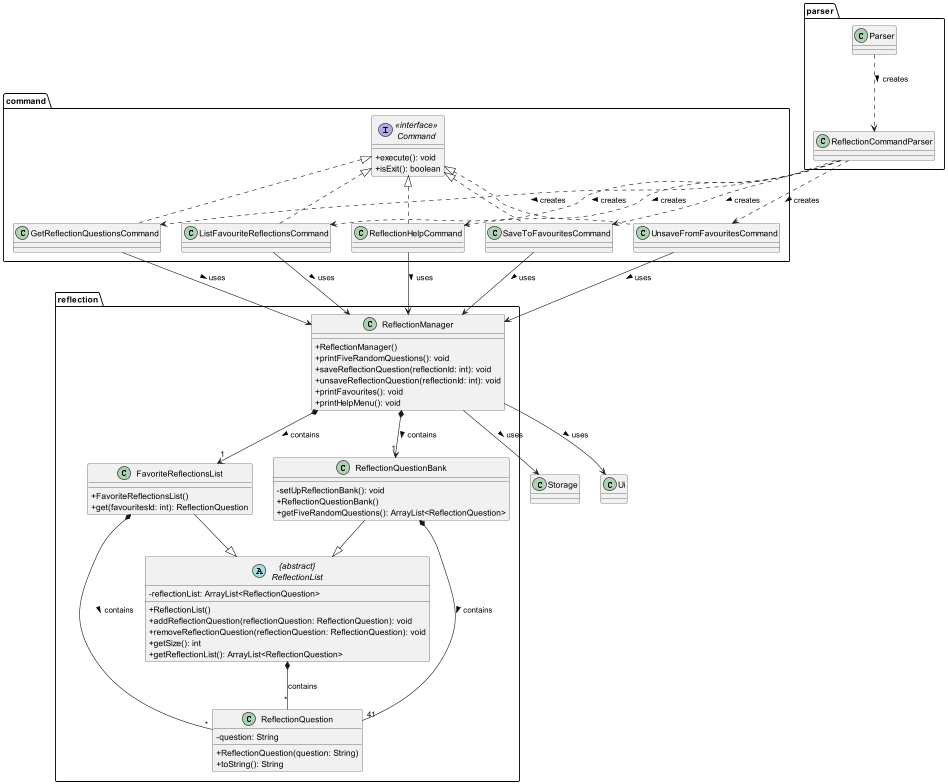
Earlier version of the PlantUML export docs/diagrams/reflection/ReflectionClassDiagram.png (AY2324S2-CS2113-T11-1/tp). Its diagram source:
```plantuml
@startuml

skinparam classAttributeIconSize 0

package parser {
    class ReflectionCommandParser {
    }

    class Parser {
    }
}

package command {
    interface "<<interface>>\nCommand" as Command {
            + execute(): void
            + isExit(): boolean
    }

    class GetReflectionQuestionsCommand implements Command {
    }

    class ListFavouriteReflectionsCommand implements Command {
    }

    class ReflectionHelpCommand implements Command {
    }

    class SaveToFavouritesCommand implements Command {
    }

    class UnsaveFromFavouritesCommand implements Command {
    }
}
package reflection {
    abstract class "{abstract}\nReflectionList" as ReflectionList {
        - reflectionList: ArrayList<ReflectionQuestion>

        + ReflectionList()
        + addReflectionQuestion(reflectionQuestion: ReflectionQuestion): void
        + removeReflectionQuestion(reflectionQuestion: ReflectionQuestion): void
        + getSize(): int
        + getReflectionList(): ArrayList<ReflectionQuestion>
    }

    class FavoriteReflectionsList {
        + FavoriteReflectionsList()
        + get(favouritesId: int): ReflectionQuestion
    }

    class ReflectionQuestionBank {
        - setUpReflectionBank(): void
        + ReflectionQuestionBank()
        + getFiveRandomQuestions(): ArrayList<ReflectionQuestion>
    }

    class ReflectionQuestion {
        - question: String
        + ReflectionQuestion(question: String)
        + toString(): String
    }

    class ReflectionManager {

        + ReflectionManager()
        + printFiveRandomQuestions(): void
        + saveReflectionQuestion(reflectionId: int): void
        + unsaveReflectionQuestion(reflectionId: int): void
        + printFavourites(): void
        + printHelpMenu(): void
    }
}

class Storage {
}

class Ui {
}

ReflectionList *-- "*" ReflectionQuestion : contains
FavoriteReflectionsList --|> ReflectionList
ReflectionQuestionBank --|> ReflectionList
ReflectionQuestionBank *-- "41" ReflectionQuestion : contains >
FavoriteReflectionsList *-- "*" ReflectionQuestion : contains >

ReflectionManager --> Storage : uses >
ReflectionManager --> Ui : uses >
ReflectionManager *--> "1" FavoriteReflectionsList : contains >
ReflectionManager *--> "1" ReflectionQuestionBank : contains >

Parser ..> ReflectionCommandParser : creates >
ReflectionCommandParser .DOWN.> GetReflectionQuestionsCommand : creates >
ReflectionCommandParser .DOWN.> ListFavouriteReflectionsCommand : creates >
ReflectionCommandParser .DOWN.> ReflectionHelpCommand : creates >
ReflectionCommandParser .DOWN.> SaveToFavouritesCommand : creates >
ReflectionCommandParser .DOWN.> UnsaveFromFavouritesCommand : creates >

GetReflectionQuestionsCommand --> ReflectionManager : uses >

ListFavouriteReflectionsCommand --> ReflectionManager : uses >

ReflectionHelpCommand --> ReflectionManager : uses >

SaveToFavouritesCommand --> ReflectionManager : uses >

UnsaveFromFavouritesCommand --> ReflectionManager : uses >

@enduml
```
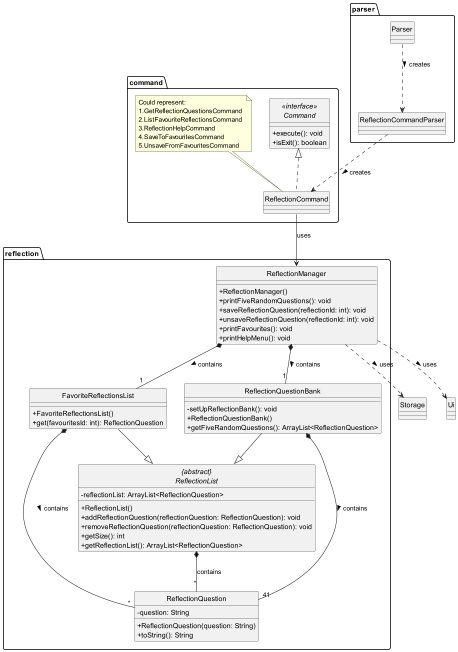
After the change.

What changed in the source:
```diff
@@ -1,6 +1,7 @@
 @startuml
 
 skinparam classAttributeIconSize 0
+hide circle
 
 package parser {
     class ReflectionCommandParser {
@@ -16,20 +17,10 @@
             + isExit(): boolean
     }
 
-    class GetReflectionQuestionsCommand implements Command {
+
+    class ReflectionCommand implements Command {
     }
-
-    class ListFavouriteReflectionsCommand implements Command {
-    }
-
-    class ReflectionHelpCommand implements Command {
-    }
-
-    class SaveToFavouritesCommand implements Command {
-    }
-
-    class UnsaveFromFavouritesCommand implements Command {
-    }
+    note top of ReflectionCommand: Could represent: \n1.GetReflectionQuestionsCommand \n2.ListFavouriteReflectionsCommand \n3.ReflectionHelpCommand \n4.SaveToFavouritesCommand \n5.UnsaveFromFavouritesCommand
 }
 package reflection {
     abstract class "{abstract}\nReflectionList" as ReflectionList {
@@ -82,26 +73,14 @@
 ReflectionQuestionBank *-- "41" ReflectionQuestion : contains >
 FavoriteReflectionsList *-- "*" ReflectionQuestion : contains >
 
-ReflectionManager --> Storage : uses >
-ReflectionManager --> Ui : uses >
-ReflectionManager *--> "1" FavoriteReflectionsList : contains >
-ReflectionManager *--> "1" ReflectionQuestionBank : contains >
+ReflectionManager ..> Storage : uses >
+ReflectionManager ..> Ui : uses >
+ReflectionManager *-- "1" FavoriteReflectionsList : contains >
+ReflectionManager *-- "1" ReflectionQuestionBank : contains >
 
 Parser ..> ReflectionCommandParser : creates >
-ReflectionCommandParser .DOWN.> GetReflectionQuestionsCommand : creates >
-ReflectionCommandParser .DOWN.> ListFavouriteReflectionsCommand : creates >
-ReflectionCommandParser .DOWN.> ReflectionHelpCommand : creates >
-ReflectionCommandParser .DOWN.> SaveToFavouritesCommand : creates >
-ReflectionCommandParser .DOWN.> UnsaveFromFavouritesCommand : creates >
+ReflectionCommandParser .DOWN.> ReflectionCommand : creates >
 
-GetReflectionQuestionsCommand --> ReflectionManager : uses >
-
-ListFavouriteReflectionsCommand --> ReflectionManager : uses >
-
-ReflectionHelpCommand --> ReflectionManager : uses >
-
-SaveToFavouritesCommand --> ReflectionManager : uses >
-
-UnsaveFromFavouritesCommand --> ReflectionManager : uses >
+ReflectionCommand --> ReflectionManager: uses
 
 @enduml
```
